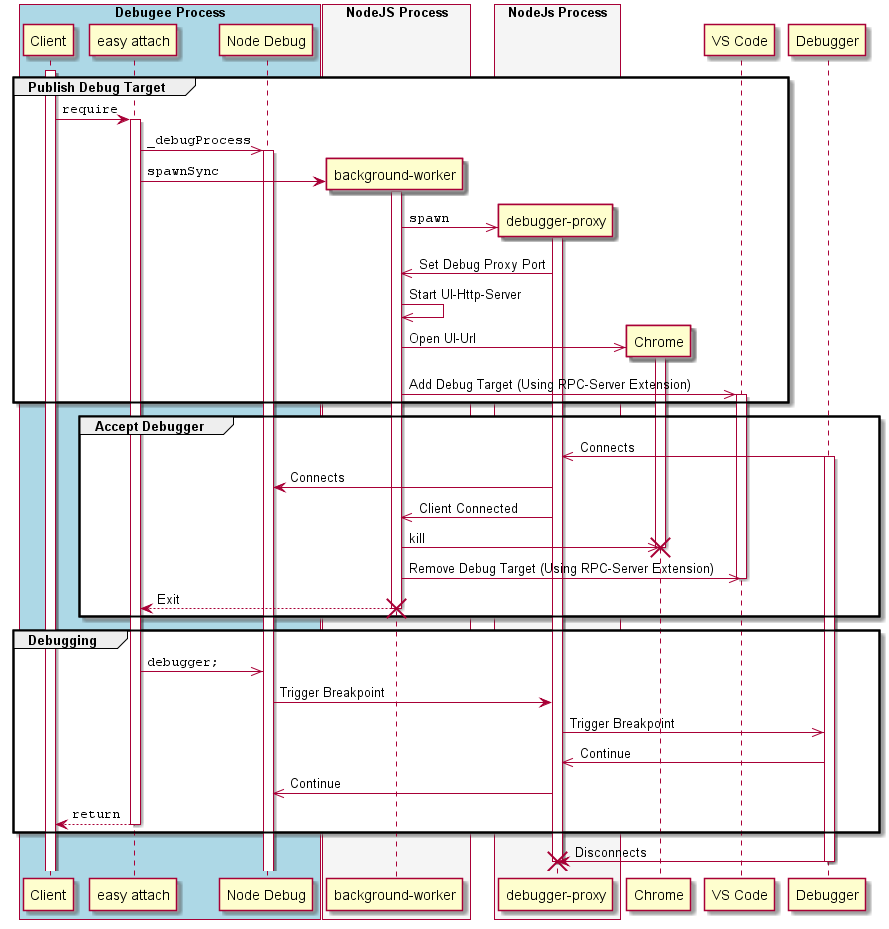
Above: docs/exported/main/Main.png in hediet/easy-attach (PlantUML), before the change. Source of this version:
```plantuml
@startuml Main

box "Debugee Process" #LightBlue
	participant client as "Client"
	participant lib as "easy attach"
    participant node as "Node Debug"
end box

box "NodeJS Process" #WhiteSmoke
    participant worker as "background-worker"
end box

box "NodeJs Process" #WhiteSmoke
    participant dbgProxy as "debugger-proxy"
end box

participant chrome as "Chrome"
participant vsCode as "VS Code"
participant debugger as "Debugger"

activate client

group Publish Debug Target
    client -> lib: ""require""
    activate lib
    lib ->> node: ""_debugProcess""
    activate node
    create worker
    lib -> worker: ""spawnSync""
    activate worker

    create dbgProxy
    worker ->> dbgProxy: ""spawn""
    activate dbgProxy
    dbgProxy ->> worker: Set Debug Proxy Port

    worker ->> worker: Start UI-Http-Server
    create chrome
    worker ->> chrome: Open UI-Url
    activate chrome
    worker ->> vsCode: Add Debug Target (Using RPC-Server Extension)
    activate vsCode
end

group Accept Debugger
    debugger ->> dbgProxy: Connects
    activate debugger
    dbgProxy -> node: Connects
    dbgProxy ->> worker: Client Connected

    worker ->> chrome: kill
    destroy chrome

    worker ->> vsCode: Remove Debug Target (Using RPC-Server Extension)
    deactivate vsCode

    worker --> lib: Exit
    destroy worker
end
group Debugging
    lib ->> node: ""debugger;""
    node -> dbgProxy: Trigger Breakpoint
    dbgProxy ->> debugger: Trigger Breakpoint
    debugger ->> dbgProxy: Continue
    dbgProxy ->> node: Continue
    lib --> client: ""return""
    deactivate lib
end

    debugger -> dbgProxy: Disconnects
    deactivate debugger
    destroy dbgProxy
@enduml
```
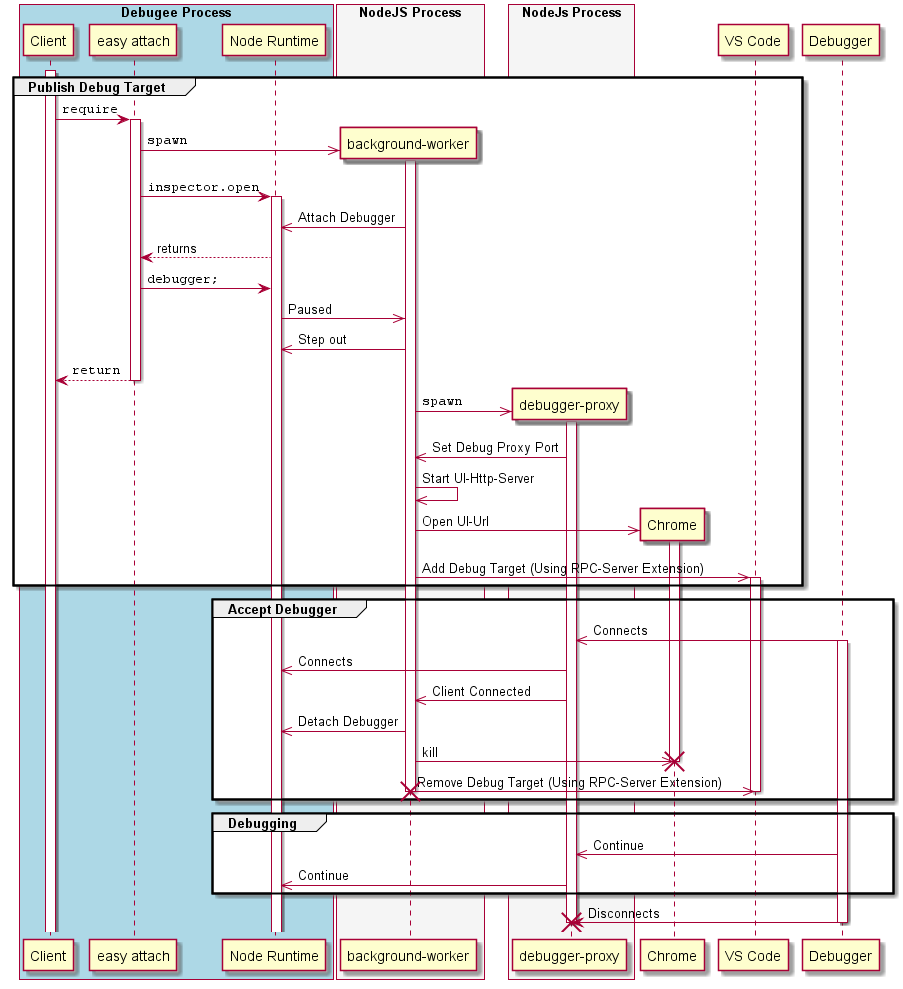
After the commit.

What changed in the source:
```diff
@@ -3,7 +3,7 @@
 box "Debugee Process" #LightBlue
 	participant client as "Client"
 	participant lib as "easy attach"
-    participant node as "Node Debug"
+    participant node as "Node Runtime"
 end box
 
 box "NodeJS Process" #WhiteSmoke
@@ -23,11 +23,22 @@
 group Publish Debug Target
     client -> lib: ""require""
     activate lib
-    lib ->> node: ""_debugProcess""
+
+    create worker
+    lib ->> worker: ""spawn""
+    activate worker
+
+    lib -> node: ""inspector.open""
     activate node
-    create worker
-    lib -> worker: ""spawnSync""
-    activate worker
+
+    worker ->> node: Attach Debugger
+    node --> lib: returns
+
+    lib -> node: ""debugger;""
+    node ->> worker: Paused
+    worker ->> node: Step out
+    lib --> client: ""return""
+    deactivate lib
 
     create dbgProxy
     worker ->> dbgProxy: ""spawn""
@@ -45,8 +56,10 @@
 group Accept Debugger
     debugger ->> dbgProxy: Connects
     activate debugger
-    dbgProxy -> node: Connects
+    dbgProxy ->> node: Connects
     dbgProxy ->> worker: Client Connected
+
+    worker ->> node: Detach Debugger
 
     worker ->> chrome: kill
     destroy chrome
@@ -54,17 +67,11 @@
     worker ->> vsCode: Remove Debug Target (Using RPC-Server Extension)
     deactivate vsCode
 
-    worker --> lib: Exit
     destroy worker
 end
 group Debugging
-    lib ->> node: ""debugger;""
-    node -> dbgProxy: Trigger Breakpoint
-    dbgProxy ->> debugger: Trigger Breakpoint
     debugger ->> dbgProxy: Continue
     dbgProxy ->> node: Continue
-    lib --> client: ""return""
-    deactivate lib
 end
 
     debugger -> dbgProxy: Disconnects
```
